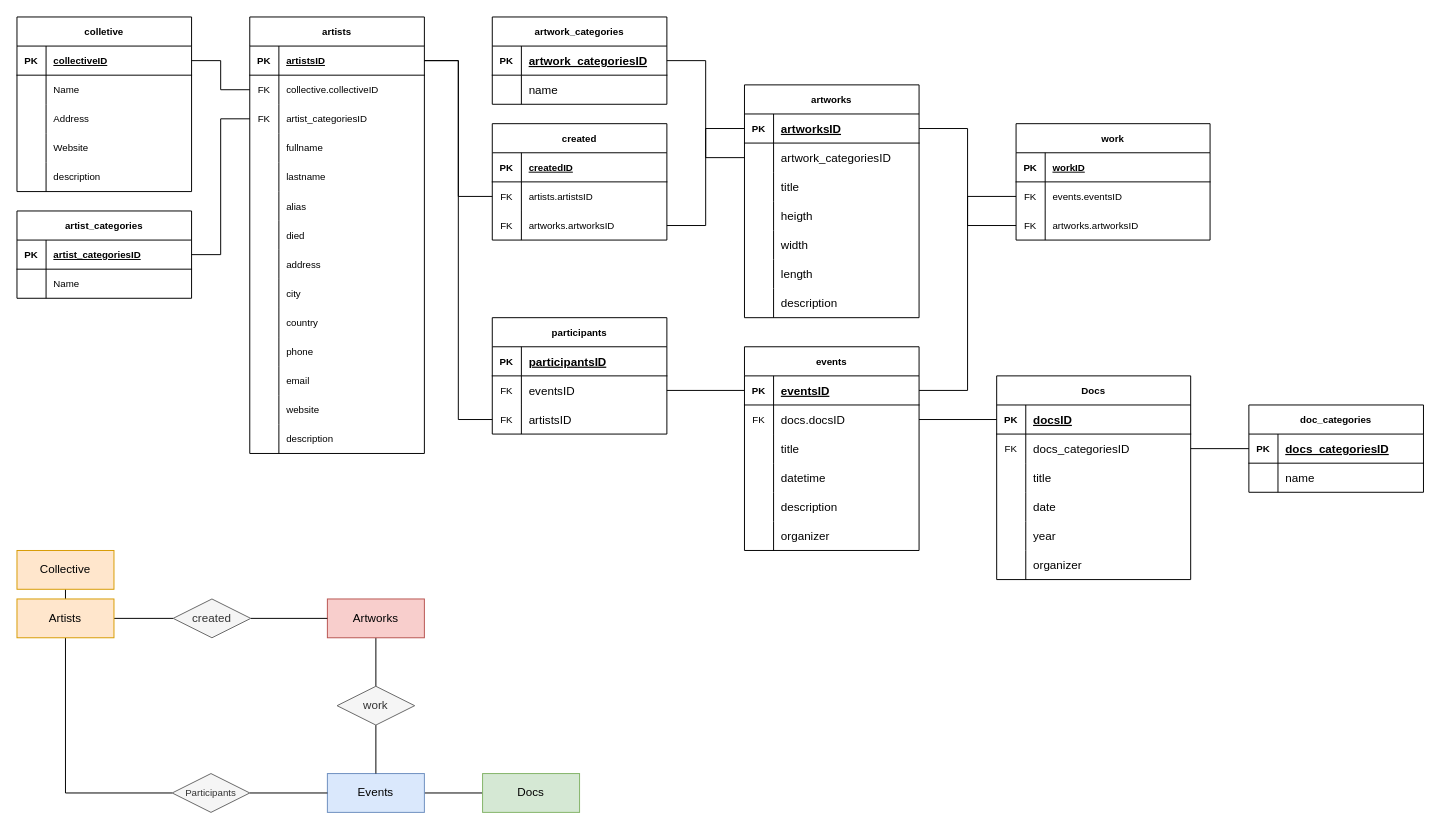
This is page "arsipdb" (1 of 2) of documents/backend/database/arsipdb.drawio from ancientfutures/gitbook, a draw.io file, before an edit. Source tidied: cells renumbered, new cells numbered last; positions are measured from the earlier drawing's top-left corner, leaving out a move shared by most shapes. Both pictures are drawn from the tidied source at 97%, with x=0, y=0 at pixel (16, 16).
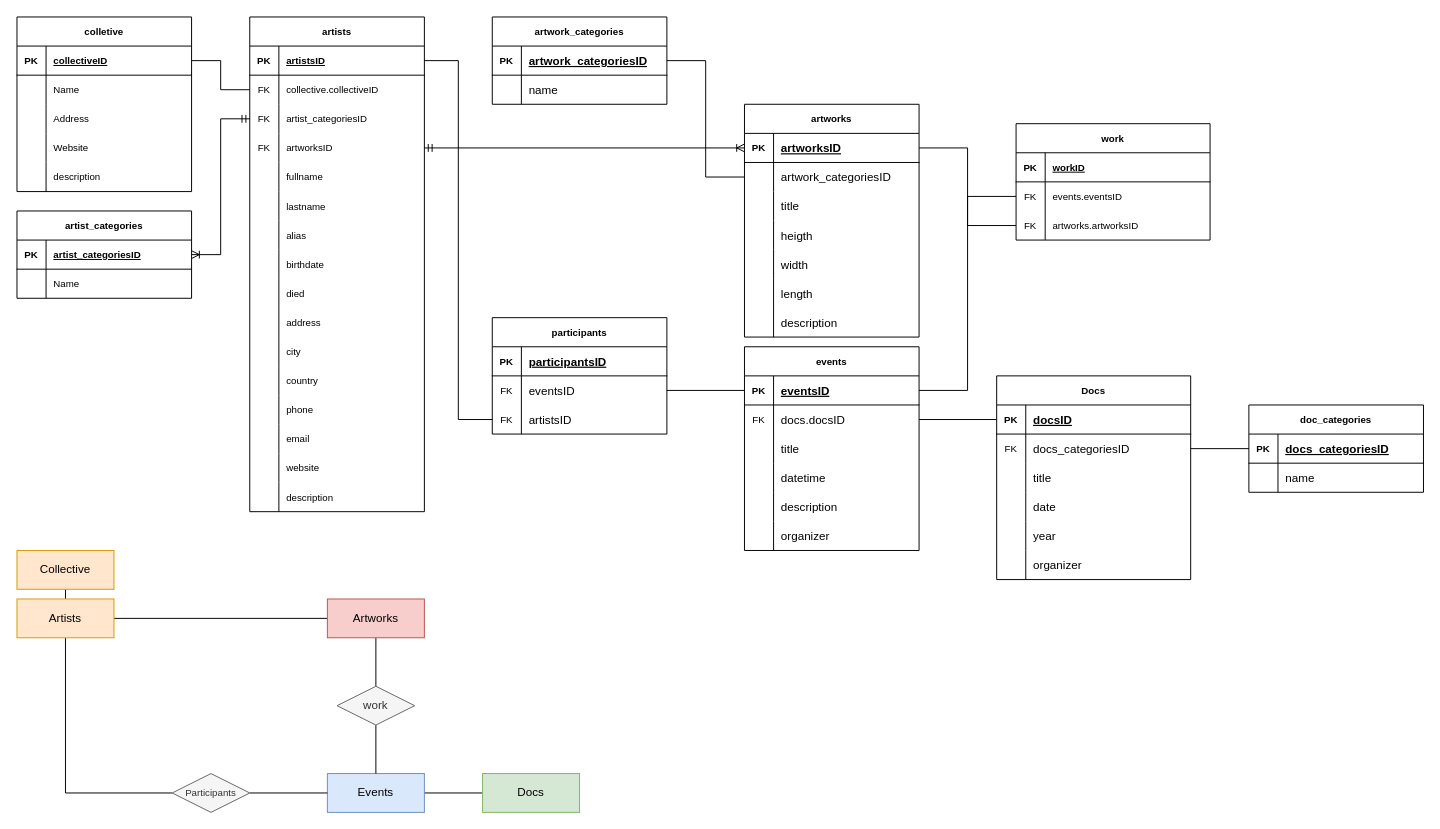
The same page after the edit.

Unchanged cells that the change refers to:
```xml
<mxCell id="5" value="Artists" style="whiteSpace=wrap;html=1;align=center;fillColor=#ffe6cc;strokeColor=#d79b00;" parent="1" vertex="1">
  <mxGeometry y="600" width="100" height="40" as="geometry" />
</mxCell>
<mxCell id="8" value="&lt;div&gt;Artworks&lt;/div&gt;" style="whiteSpace=wrap;html=1;align=center;fillColor=#f8cecc;strokeColor=#b85450;" parent="1" vertex="1">
  <mxGeometry x="320" y="600" width="100" height="40" as="geometry" />
</mxCell>
<mxCell id="35" style="shape=tableRow;horizontal=0;startSize=0;swimlaneHead=0;swimlaneBody=0;fillColor=none;points=[[0,0.5],[1,0.5]];portConstraint=eastwest;top=0;left=0;right=0;bottom=1;fontSize=10;" parent="34" vertex="1">
  <mxGeometry y="30" width="180" height="30" as="geometry" />
</mxCell>
<mxCell id="41" style="shape=tableRow;horizontal=0;startSize=0;swimlaneHead=0;swimlaneBody=0;fillColor=none;points=[[0,0.5],[1,0.5]];portConstraint=eastwest;top=0;left=0;right=0;bottom=0;fontSize=10;" parent="34" vertex="1">
  <mxGeometry y="90" width="180" height="30" as="geometry" />
</mxCell>
<mxCell id="78" style="shape=tableRow;horizontal=0;startSize=0;swimlaneHead=0;swimlaneBody=0;fillColor=none;points=[[0,0.5],[1,0.5]];portConstraint=eastwest;top=0;left=0;right=0;bottom=1;fontSize=10;" parent="77" vertex="1">
  <mxGeometry y="30" width="180" height="30" as="geometry" />
</mxCell>
<mxCell id="95" style="shape=tableRow;horizontal=0;startSize=0;swimlaneHead=0;swimlaneBody=0;fillColor=none;points=[[0,0.5],[1,0.5]];portConstraint=eastwest;top=0;left=0;right=0;bottom=1;fontSize=10;" parent="94" vertex="1">
  <mxGeometry y="30" width="180" height="30" as="geometry" />
</mxCell>
```

Diff of the diagram source:
```diff
@@
-    <mxCell id="2" style="rounded=0;jettySize=auto;html=1;endArrow=none;endFill=0;" parent="1" edge="1" source="5" target="13">
+    <mxCell id="2" style="rounded=0;jettySize=auto;html=1;endArrow=none;endFill=0;" parent="1" edge="1" source="5" target="8">
       <mxGeometry relative="1" as="geometry" />
     </mxCell>
@@
-    <mxCell id="12" style="edgeStyle=none;rounded=0;jettySize=auto;html=1;endArrow=none;endFill=0;" parent="1" edge="1" source="13" target="8">
-      <mxGeometry relative="1" as="geometry" />
-    </mxCell>
-    <mxCell id="13" value="created" style="shape=rhombus;perimeter=rhombusPerimeter;whiteSpace=wrap;html=1;align=center;fillColor=#f5f5f5;fontColor=#333333;strokeColor=#666666;" parent="1" vertex="1">
-      <mxGeometry x="161" y="600" width="80" height="40" as="geometry" />
-    </mxCell>
@@
     <mxCell id="34" value="artists" style="shape=table;startSize=30;childLayout=tableLayout;rowLines=0;fontStyle=1;align=center;fontSize=10;" parent="1" vertex="1">
-      <mxGeometry x="240" width="180" height="450" as="geometry" />
+      <mxGeometry x="240" width="180" height="510" as="geometry" />
     </mxCell>
@@
+    <mxCell id="199" style="shape=tableRow;horizontal=0;startSize=0;swimlaneHead=0;swimlaneBody=0;fillColor=none;points=[[0,0.5],[1,0.5]];portConstraint=eastwest;top=0;left=0;right=0;bottom=0;fontSize=10;" parent="34" vertex="1">
+      <mxGeometry y="120" width="180" height="30" as="geometry" />
+    </mxCell>
+    <mxCell id="200" value="FK" style="shape=partialRectangle;fillColor=none;top=0;left=0;bottom=0;right=0;overflow=hidden;fontSize=10;" parent="199" vertex="1">
+      <mxGeometry width="30" height="30" as="geometry" />
+    </mxCell>
+    <mxCell id="201" value="artworksID" style="shape=partialRectangle;fillColor=none;top=0;left=0;bottom=0;right=0;align=left;spacingLeft=6;overflow=hidden;fontSize=10;" parent="199" vertex="1">
+      <mxGeometry x="30" width="150" height="30" as="geometry" />
+    </mxCell>
     <mxCell id="44" style="shape=tableRow;horizontal=0;startSize=0;swimlaneHead=0;swimlaneBody=0;fillColor=none;top=0;left=0;right=0;bottom=0;fontSize=10;" parent="34" vertex="1">
-      <mxGeometry y="120" width="180" height="30" as="geometry" />
+      <mxGeometry y="150" width="180" height="30" as="geometry" />
     </mxCell>
@@
     <mxCell id="47" style="shape=tableRow;horizontal=0;startSize=0;swimlaneHead=0;swimlaneBody=0;fillColor=none;top=0;left=0;right=0;bottom=0;fontSize=10;" parent="34" vertex="1">
-      <mxGeometry y="150" width="180" height="30" as="geometry" />
+      <mxGeometry y="180" width="180" height="30" as="geometry" />
     </mxCell>
@@
     <mxCell id="50" style="shape=tableRow;horizontal=0;startSize=0;swimlaneHead=0;swimlaneBody=0;fillColor=none;top=0;left=0;right=0;bottom=0;fontSize=10;" parent="34" vertex="1">
-      <mxGeometry y="180" width="180" height="30" as="geometry" />
+      <mxGeometry y="210" width="180" height="30" as="geometry" />
     </mxCell>
@@
+    <mxCell id="202" style="shape=tableRow;horizontal=0;startSize=0;swimlaneHead=0;swimlaneBody=0;fillColor=none;top=0;left=0;right=0;bottom=0;fontSize=10;" parent="34" vertex="1">
+      <mxGeometry y="240" width="180" height="30" as="geometry" />
+    </mxCell>
+    <mxCell id="203" style="shape=partialRectangle;fillColor=none;top=0;left=0;bottom=0;right=0;overflow=hidden;fontSize=10;" parent="202" vertex="1">
+      <mxGeometry width="30" height="30" as="geometry" />
+    </mxCell>
+    <mxCell id="204" value="birthdate" style="shape=partialRectangle;fillColor=none;top=0;left=0;bottom=0;right=0;align=left;spacingLeft=6;overflow=hidden;fontSize=10;" parent="202" vertex="1">
+      <mxGeometry x="30" width="150" height="30" as="geometry" />
+    </mxCell>
     <mxCell id="53" style="shape=tableRow;horizontal=0;startSize=0;swimlaneHead=0;swimlaneBody=0;fillColor=none;top=0;left=0;right=0;bottom=0;fontSize=10;" parent="34" vertex="1">
-      <mxGeometry y="210" width="180" height="30" as="geometry" />
+      <mxGeometry y="270" width="180" height="30" as="geometry" />
     </mxCell>
@@
     <mxCell id="56" style="shape=tableRow;horizontal=0;startSize=0;swimlaneHead=0;swimlaneBody=0;fillColor=none;top=0;left=0;right=0;bottom=0;fontSize=10;" parent="34" vertex="1">
-      <mxGeometry y="240" width="180" height="30" as="geometry" />
+      <mxGeometry y="300" width="180" height="30" as="geometry" />
     </mxCell>
@@
     <mxCell id="59" style="shape=tableRow;horizontal=0;startSize=0;swimlaneHead=0;swimlaneBody=0;fillColor=none;top=0;left=0;right=0;bottom=0;fontSize=10;" parent="34" vertex="1">
-      <mxGeometry y="270" width="180" height="30" as="geometry" />
+      <mxGeometry y="330" width="180" height="30" as="geometry" />
     </mxCell>
@@
     <mxCell id="62" style="shape=tableRow;horizontal=0;startSize=0;swimlaneHead=0;swimlaneBody=0;fillColor=none;top=0;left=0;right=0;bottom=0;fontSize=10;" parent="34" vertex="1">
-      <mxGeometry y="300" width="180" height="30" as="geometry" />
+      <mxGeometry y="360" width="180" height="30" as="geometry" />
     </mxCell>
@@
     <mxCell id="65" style="shape=tableRow;horizontal=0;startSize=0;swimlaneHead=0;swimlaneBody=0;fillColor=none;top=0;left=0;right=0;bottom=0;fontSize=10;" parent="34" vertex="1">
-      <mxGeometry y="330" width="180" height="30" as="geometry" />
+      <mxGeometry y="390" width="180" height="30" as="geometry" />
     </mxCell>
@@
     <mxCell id="68" style="shape=tableRow;horizontal=0;startSize=0;swimlaneHead=0;swimlaneBody=0;fillColor=none;top=0;left=0;right=0;bottom=0;fontSize=10;" parent="34" vertex="1">
-      <mxGeometry y="360" width="180" height="30" as="geometry" />
+      <mxGeometry y="420" width="180" height="30" as="geometry" />
     </mxCell>
@@
     <mxCell id="71" style="shape=tableRow;horizontal=0;startSize=0;swimlaneHead=0;swimlaneBody=0;fillColor=none;top=0;left=0;right=0;bottom=0;fontSize=10;" parent="34" vertex="1">
-      <mxGeometry y="390" width="180" height="30" as="geometry" />
+      <mxGeometry y="450" width="180" height="30" as="geometry" />
     </mxCell>
@@
     <mxCell id="74" style="shape=tableRow;horizontal=0;startSize=0;swimlaneHead=0;swimlaneBody=0;fillColor=none;top=0;left=0;right=0;bottom=0;fontSize=10;" parent="34" vertex="1">
-      <mxGeometry y="420" width="180" height="30" as="geometry" />
+      <mxGeometry y="480" width="180" height="30" as="geometry" />
     </mxCell>
@@
-    <mxCell id="84" value="created" style="shape=table;startSize=30;childLayout=tableLayout;rowLines=0;fontStyle=1;align=center;fontSize=10;" parent="1" vertex="1">
-      <mxGeometry x="490" y="110" width="180" height="120" as="geometry" />
-    </mxCell>
-    <mxCell id="85" style="shape=tableRow;horizontal=0;startSize=0;swimlaneHead=0;swimlaneBody=0;fillColor=none;top=0;left=0;right=0;bottom=1;fontSize=10;" parent="84" vertex="1">
-      <mxGeometry y="30" width="180" height="30" as="geometry" />
-    </mxCell>
-    <mxCell id="86" value="PK" style="shape=partialRectangle;fillColor=none;top=0;left=0;bottom=0;right=0;fontStyle=1;overflow=hidden;fontSize=10;" parent="85" vertex="1">
-      <mxGeometry width="30" height="30" as="geometry" />
-    </mxCell>
-    <mxCell id="87" value="createdID" style="shape=partialRectangle;fillColor=none;top=0;left=0;bottom=0;right=0;align=left;spacingLeft=6;fontStyle=5;overflow=hidden;fontSize=10;" parent="85" vertex="1">
-      <mxGeometry x="30" width="150" height="30" as="geometry" />
-    </mxCell>
-    <mxCell id="88" style="shape=tableRow;horizontal=0;startSize=0;swimlaneHead=0;swimlaneBody=0;fillColor=none;points=[[0,0.5],[1,0.5]];portConstraint=eastwest;top=0;left=0;right=0;bottom=0;fontSize=10;" parent="84" vertex="1">
-      <mxGeometry y="60" width="180" height="30" as="geometry" />
-    </mxCell>
-    <mxCell id="89" value="FK" style="shape=partialRectangle;fillColor=none;top=0;left=0;bottom=0;right=0;overflow=hidden;fontSize=10;" parent="88" vertex="1">
-      <mxGeometry width="30" height="30" as="geometry" />
-    </mxCell>
-    <mxCell id="90" value="artists.artistsID" style="shape=partialRectangle;fillColor=none;top=0;left=0;bottom=0;right=0;align=left;spacingLeft=6;overflow=hidden;fontSize=10;" parent="88" vertex="1">
-      <mxGeometry x="30" width="150" height="30" as="geometry" />
-    </mxCell>
-    <mxCell id="91" style="shape=tableRow;horizontal=0;startSize=0;swimlaneHead=0;swimlaneBody=0;fillColor=none;points=[[0,0.5],[1,0.5]];portConstraint=eastwest;top=0;left=0;right=0;bottom=0;fontSize=10;" parent="84" vertex="1">
-      <mxGeometry y="90" width="180" height="30" as="geometry" />
-    </mxCell>
-    <mxCell id="92" value="FK" style="shape=partialRectangle;fillColor=none;top=0;left=0;bottom=0;right=0;overflow=hidden;fontSize=10;" parent="91" vertex="1">
-      <mxGeometry width="30" height="30" as="geometry" />
-    </mxCell>
-    <mxCell id="93" value="artworks.artworksID" style="shape=partialRectangle;fillColor=none;top=0;left=0;bottom=0;right=0;align=left;spacingLeft=6;overflow=hidden;fontSize=10;" parent="91" vertex="1">
-      <mxGeometry x="30" width="150" height="30" as="geometry" />
-    </mxCell>
     <mxCell id="94" value="artworks" style="shape=table;startSize=30;childLayout=tableLayout;rowLines=0;fontStyle=1;align=center;fontSize=10;" parent="1" vertex="1">
-      <mxGeometry x="750" y="70" width="180" height="240" as="geometry" />
+      <mxGeometry x="750" y="90" width="180" height="240" as="geometry" />
     </mxCell>
@@
-    <mxCell id="189" style="edgeStyle=orthogonalEdgeStyle;rounded=0;jettySize=auto;html=1;exitX=0;exitY=0.5;exitDx=0;exitDy=0;entryX=1;entryY=0.5;entryDx=0;entryDy=0;fontSize=12;endArrow=none;endFill=0;" parent="1" edge="1" source="41" target="78">
+    <mxCell id="189" style="edgeStyle=orthogonalEdgeStyle;rounded=0;jettySize=auto;html=1;exitX=0;exitY=0.5;exitDx=0;exitDy=0;entryX=1;entryY=0.5;entryDx=0;entryDy=0;fontSize=12;endArrow=ERoneToMany;endFill=0;startArrow=ERmandOne;startFill=0;" parent="1" edge="1" source="41" target="78">
       <mxGeometry relative="1" as="geometry" />
     </mxCell>
-    <mxCell id="190" style="edgeStyle=orthogonalEdgeStyle;rounded=0;jettySize=auto;html=1;exitX=1;exitY=0.5;exitDx=0;exitDy=0;entryX=0;entryY=0.5;entryDx=0;entryDy=0;fontSize=12;endArrow=none;endFill=0;" parent="1" edge="1" source="35" target="88">
-      <mxGeometry relative="1" as="geometry" />
-    </mxCell>
-    <mxCell id="191" style="edgeStyle=orthogonalEdgeStyle;rounded=0;jettySize=auto;html=1;exitX=0;exitY=0.5;exitDx=0;exitDy=0;entryX=1;entryY=0.5;entryDx=0;entryDy=0;fontSize=12;endArrow=none;endFill=0;" parent="1" edge="1" source="95" target="91">
-      <mxGeometry relative="1" as="geometry" />
-    </mxCell>
@@
+    <mxCell id="205" style="edgeStyle=orthogonalEdgeStyle;rounded=0;jettySize=auto;html=1;exitX=1;exitY=0.5;exitDx=0;exitDy=0;entryX=0;entryY=0.5;entryDx=0;entryDy=0;startArrow=ERmandOne;startFill=0;endArrow=ERoneToMany;endFill=0;" parent="1" edge="1" source="199" target="95">
+      <mxGeometry relative="1" as="geometry" />
+    </mxCell>
```
